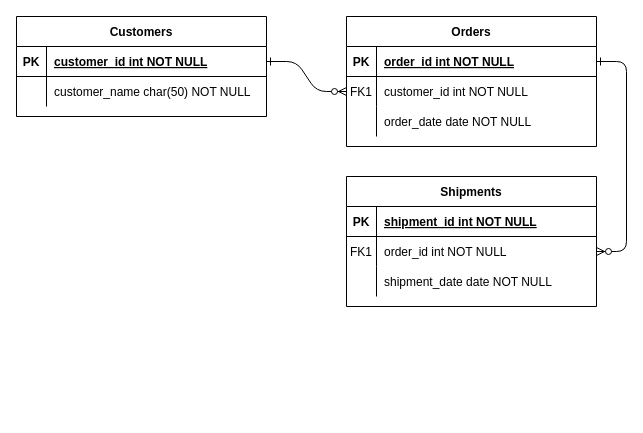
This is MER.drawio from annaletycia/BD1, a draw.io file, before an edit. Source tidied: cells renumbered, new cells numbered last; positions are measured from the earlier drawing's top-left corner, leaving out a move shared by most shapes. Both pictures are drawn from the tidied source at 100%, with x=0, y=0 at pixel (16, 16).
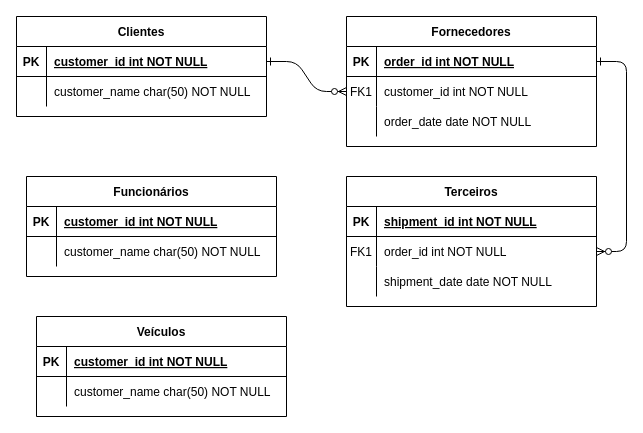
The same diagram, later.

The edit, as a diff of the source:
```diff
@@
-    <mxCell id="4" value="Orders" style="shape=table;startSize=30;childLayout=tableLayout;rowLines=0;fontStyle=1;align=center;" parent="1" vertex="1">
+    <mxCell id="4" value="Fornecedores" style="shape=table;startSize=30;childLayout=tableLayout;rowLines=0;fontStyle=1;align=center;" parent="1" vertex="1">
       <mxGeometry x="330" width="250" height="130" as="geometry" />
     </mxCell>
@@
-    <mxCell id="14" value="Shipments" style="shape=table;startSize=30;childLayout=tableLayout;rowLines=0;fontStyle=1;align=center;" parent="1" vertex="1">
+    <mxCell id="14" value="Terceiros" style="shape=table;startSize=30;childLayout=tableLayout;rowLines=0;fontStyle=1;align=center;" parent="1" vertex="1">
       <mxGeometry x="330" y="160" width="250" height="130" as="geometry" />
     </mxCell>
@@
-    <mxCell id="24" value="Customers" style="shape=table;startSize=30;childLayout=tableLayout;rowLines=0;fontStyle=1;align=center;" parent="1" vertex="1">
+    <mxCell id="24" value="Clientes" style="shape=table;startSize=30;childLayout=tableLayout;rowLines=0;fontStyle=1;align=center;" parent="1" vertex="1">
       <mxGeometry width="250" height="100" as="geometry" />
     </mxCell>
@@
+    <mxCell id="31" value="Funcionários" style="shape=table;startSize=30;childLayout=tableLayout;rowLines=0;fontStyle=1;align=center;" parent="1" vertex="1">
+      <mxGeometry x="10" y="160" width="250" height="100" as="geometry" />
+    </mxCell>
+    <mxCell id="32" style="shape=partialRectangle;fillColor=none;top=0;left=0;right=0;bottom=1;" parent="31" vertex="1">
+      <mxGeometry y="30" width="250" height="30" as="geometry" />
+    </mxCell>
+    <mxCell id="33" value="PK" style="shape=partialRectangle;overflow=hidden;fillColor=none;top=0;left=0;bottom=0;right=0;fontStyle=1;" parent="32" vertex="1">
+      <mxGeometry width="30" height="30" as="geometry" />
+    </mxCell>
+    <mxCell id="34" value="customer_id int NOT NULL " style="shape=partialRectangle;overflow=hidden;fillColor=none;top=0;left=0;bottom=0;right=0;align=left;spacingLeft=6;fontStyle=5;" parent="32" vertex="1">
+      <mxGeometry x="30" width="220" height="30" as="geometry" />
+    </mxCell>
+    <mxCell id="35" style="shape=partialRectangle;fillColor=none;top=0;left=0;right=0;bottom=0;" parent="31" vertex="1">
+      <mxGeometry y="60" width="250" height="30" as="geometry" />
+    </mxCell>
+    <mxCell id="36" style="shape=partialRectangle;overflow=hidden;fillColor=none;top=0;left=0;bottom=0;right=0;" parent="35" vertex="1">
+      <mxGeometry width="30" height="30" as="geometry" />
+    </mxCell>
+    <mxCell id="37" value="customer_name char(50) NOT NULL" style="shape=partialRectangle;overflow=hidden;fillColor=none;top=0;left=0;bottom=0;right=0;align=left;spacingLeft=6;" parent="35" vertex="1">
+      <mxGeometry x="30" width="220" height="30" as="geometry" />
+    </mxCell>
+    <mxCell id="38" value="Veículos" style="shape=table;startSize=30;childLayout=tableLayout;rowLines=0;fontStyle=1;align=center;" parent="1" vertex="1">
+      <mxGeometry x="20" y="300" width="250" height="100" as="geometry" />
+    </mxCell>
+    <mxCell id="39" style="shape=partialRectangle;fillColor=none;top=0;left=0;right=0;bottom=1;" parent="38" vertex="1">
+      <mxGeometry y="30" width="250" height="30" as="geometry" />
+    </mxCell>
+    <mxCell id="40" value="PK" style="shape=partialRectangle;overflow=hidden;fillColor=none;top=0;left=0;bottom=0;right=0;fontStyle=1;" parent="39" vertex="1">
+      <mxGeometry width="30" height="30" as="geometry" />
+    </mxCell>
+    <mxCell id="41" value="customer_id int NOT NULL " style="shape=partialRectangle;overflow=hidden;fillColor=none;top=0;left=0;bottom=0;right=0;align=left;spacingLeft=6;fontStyle=5;" parent="39" vertex="1">
+      <mxGeometry x="30" width="220" height="30" as="geometry" />
+    </mxCell>
+    <mxCell id="42" style="shape=partialRectangle;fillColor=none;top=0;left=0;right=0;bottom=0;" parent="38" vertex="1">
+      <mxGeometry y="60" width="250" height="30" as="geometry" />
+    </mxCell>
+    <mxCell id="43" style="shape=partialRectangle;overflow=hidden;fillColor=none;top=0;left=0;bottom=0;right=0;" parent="42" vertex="1">
+      <mxGeometry width="30" height="30" as="geometry" />
+    </mxCell>
+    <mxCell id="44" value="customer_name char(50) NOT NULL" style="shape=partialRectangle;overflow=hidden;fillColor=none;top=0;left=0;bottom=0;right=0;align=left;spacingLeft=6;" parent="42" vertex="1">
+      <mxGeometry x="30" width="220" height="30" as="geometry" />
+    </mxCell>
```
